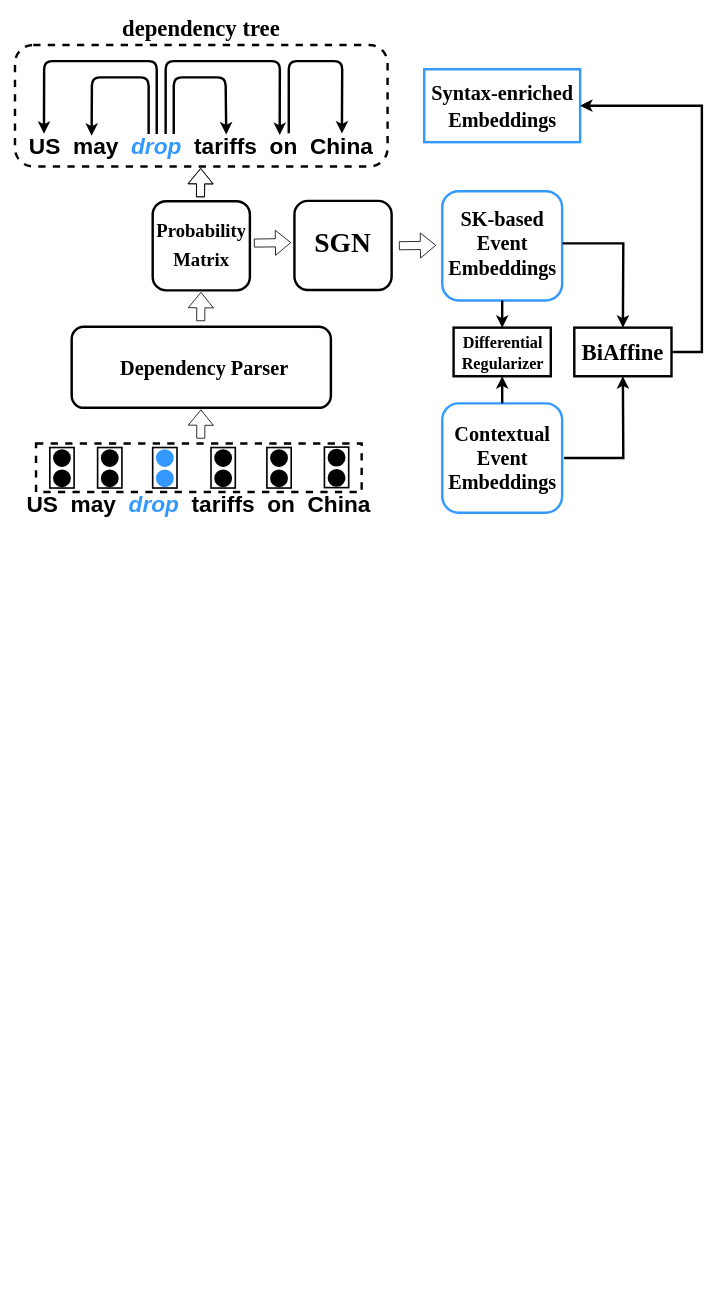
Above: Dependency Tree/eksgn_syn.drawio in DavidChengweiLiu/EKSGN (draw.io), before the change. Source tidied: cells renumbered, new cells numbered last; positions are measured from the earlier drawing's top-left corner, leaving out a move shared by most shapes. Both pictures are drawn from the tidied source at 81%, with x=0, y=0 at pixel (15, 15).
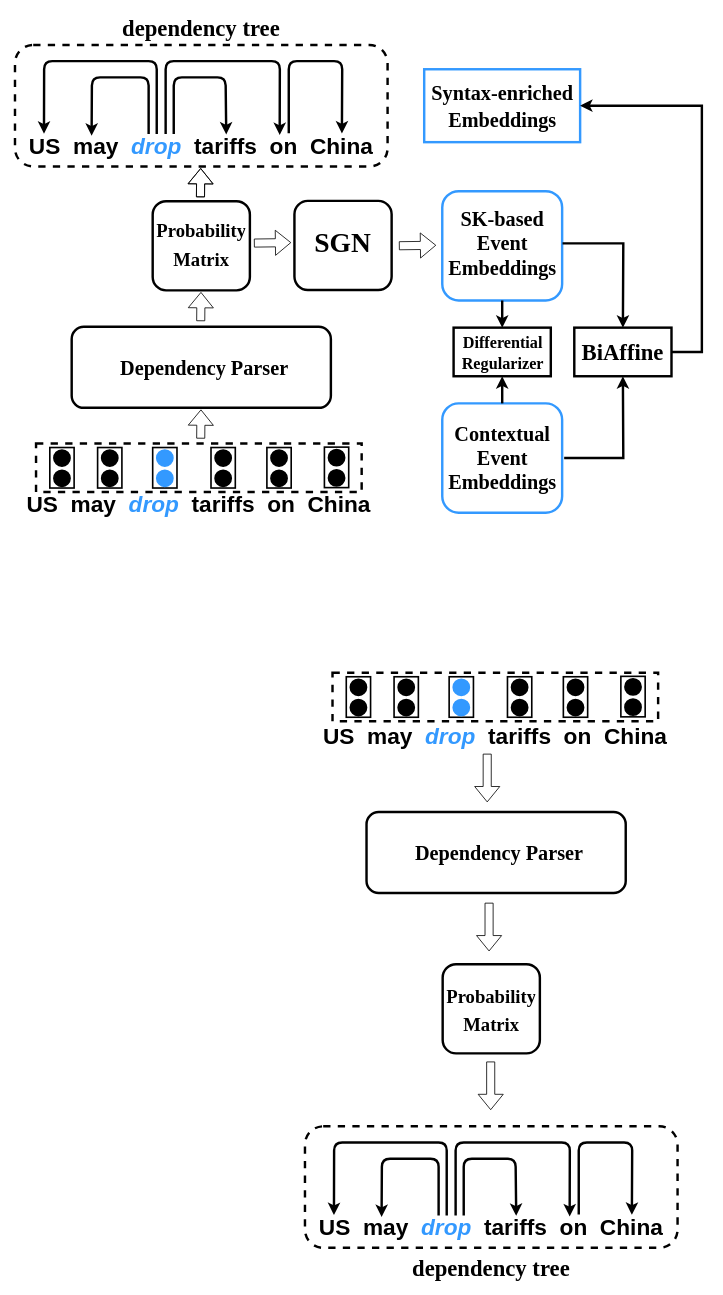
Above is the later version.

Change to the diagram source:
```diff
@@
+    <mxCell id="58" style="rounded=1;whiteSpace=wrap;html=1;dashed=1;strokeWidth=3;" parent="1" vertex="1">
+      <mxGeometry x="358" y="1371" width="460" height="150" as="geometry" />
+    </mxCell>
+    <mxCell id="59" value="&lt;b style=&quot;font-size: 28px;&quot;&gt;US&amp;nbsp; may&amp;nbsp; &lt;i&gt;&lt;font style=&quot;font-size: 28px;&quot; color=&quot;#3399ff&quot;&gt;drop&lt;/font&gt;&lt;/i&gt;&amp;nbsp; tariffs&amp;nbsp; on&amp;nbsp; China&lt;/b&gt;" style="text;html=1;strokeColor=none;fillColor=none;align=center;verticalAlign=middle;whiteSpace=wrap;rounded=0;fontSize=29;" parent="1" vertex="1">
+      <mxGeometry x="368" y="1481" width="440" height="30" as="geometry" />
+    </mxCell>
+    <mxCell id="60" style="endArrow=classic;html=1;rounded=1;fontSize=29;entryX=0.07;entryY=-0.013;entryDx=0;entryDy=0;entryPerimeter=0;strokeWidth=3;" parent="1" edge="1">
+      <mxGeometry relative="1" as="geometry">
+        <mxPoint x="533" y="1481" as="sourcePoint" />
+        <mxPoint x="393.8" y="1480.6" as="targetPoint" />
+        <Array as="points">
+          <mxPoint x="533" y="1391" />
+          <mxPoint x="394" y="1391" />
+        </Array>
+      </mxGeometry>
+    </mxCell>
+    <mxCell id="61" style="endArrow=classic;html=1;rounded=1;fontSize=29;entryX=0.199;entryY=0.067;entryDx=0;entryDy=0;entryPerimeter=0;strokeWidth=3;" parent="1" edge="1">
+      <mxGeometry relative="1" as="geometry">
+        <mxPoint x="523" y="1481" as="sourcePoint" />
+        <mxPoint x="452.6" y="1483" as="targetPoint" />
+        <Array as="points">
+          <mxPoint x="523" y="1411" />
+          <mxPoint x="453" y="1411" />
+        </Array>
+      </mxGeometry>
+    </mxCell>
+    <mxCell id="62" style="endArrow=classic;html=1;rounded=1;fontSize=29;entryX=0.72;entryY=0.04;entryDx=0;entryDy=0;entryPerimeter=0;strokeWidth=3;" parent="1" edge="1" target="59">
+      <mxGeometry relative="1" as="geometry">
+        <mxPoint x="544" y="1481" as="sourcePoint" />
+        <Array as="points">
+          <mxPoint x="544" y="1391" />
+          <mxPoint x="685" y="1391" />
+        </Array>
+      </mxGeometry>
+    </mxCell>
+    <mxCell id="63" style="endArrow=classic;html=1;rounded=1;fontSize=29;entryX=0.579;entryY=0.016;entryDx=0;entryDy=0;entryPerimeter=0;strokeWidth=3;" parent="1" edge="1">
+      <mxGeometry relative="1" as="geometry">
+        <mxPoint x="554" y="1481" as="sourcePoint" />
+        <mxPoint x="618.8" y="1481.5" as="targetPoint" />
+        <Array as="points">
+          <mxPoint x="554" y="1411" />
+          <mxPoint x="618" y="1411" />
+        </Array>
+      </mxGeometry>
+    </mxCell>
+    <mxCell id="64" style="endArrow=classic;html=1;rounded=1;fontSize=29;entryX=0.89;entryY=-0.022;entryDx=0;entryDy=0;entryPerimeter=0;strokeWidth=3;" parent="1" edge="1">
+      <mxGeometry relative="1" as="geometry">
+        <mxPoint x="696" y="1480" as="sourcePoint" />
+        <mxPoint x="761.6" y="1480.3" as="targetPoint" />
+        <Array as="points">
+          <mxPoint x="696" y="1391" />
+          <mxPoint x="762" y="1391" />
+        </Array>
+      </mxGeometry>
+    </mxCell>
+    <mxCell id="65" value="&lt;span style=&quot;font-size: 28px;&quot;&gt;&lt;b&gt;US&amp;nbsp; may&amp;nbsp; &lt;i&gt;&lt;font style=&quot;font-size: 28px;&quot; color=&quot;#3399ff&quot;&gt;drop&lt;/font&gt;&amp;nbsp; &lt;/i&gt;tariffs&amp;nbsp; on&amp;nbsp; China&lt;/b&gt;&lt;/span&gt;" style="text;html=1;strokeColor=none;fillColor=none;align=center;verticalAlign=middle;whiteSpace=wrap;rounded=0;fontSize=29;" parent="1" vertex="1">
+      <mxGeometry x="373" y="874" width="440" height="30" as="geometry" />
+    </mxCell>
+    <mxCell id="66" style="rounded=0;whiteSpace=wrap;html=1;dashed=1;strokeWidth=3;" parent="1" vertex="1">
+      <mxGeometry x="392" y="811" width="402" height="60" as="geometry" />
+    </mxCell>
+    <mxCell id="67" style="rounded=0;whiteSpace=wrap;html=1;strokeWidth=2;rotation=90;" parent="1" vertex="1">
+      <mxGeometry x="399" y="826" width="50" height="30" as="geometry" />
+    </mxCell>
+    <mxCell id="68" style="ellipse;whiteSpace=wrap;html=1;strokeWidth=2;fillColor=#000000;" parent="1" vertex="1">
+      <mxGeometry x="414" y="819" width="20" height="20" as="geometry" />
+    </mxCell>
+    <mxCell id="69" style="ellipse;whiteSpace=wrap;html=1;strokeWidth=2;fillColor=#000000;" parent="1" vertex="1">
+      <mxGeometry x="414" y="844" width="20" height="20" as="geometry" />
+    </mxCell>
+    <mxCell id="70" style="rounded=0;whiteSpace=wrap;html=1;strokeWidth=2;rotation=90;" parent="1" vertex="1">
+      <mxGeometry x="458" y="826" width="50" height="30" as="geometry" />
+    </mxCell>
+    <mxCell id="71" style="ellipse;whiteSpace=wrap;html=1;strokeWidth=2;fillColor=#000000;" parent="1" vertex="1">
+      <mxGeometry x="473" y="819" width="20" height="20" as="geometry" />
+    </mxCell>
+    <mxCell id="72" style="ellipse;whiteSpace=wrap;html=1;strokeWidth=2;fillColor=#000000;" parent="1" vertex="1">
+      <mxGeometry x="473" y="844" width="20" height="20" as="geometry" />
+    </mxCell>
+    <mxCell id="73" style="rounded=0;whiteSpace=wrap;html=1;strokeWidth=2;rotation=90;" parent="1" vertex="1">
+      <mxGeometry x="598" y="826" width="50" height="30" as="geometry" />
+    </mxCell>
+    <mxCell id="74" style="ellipse;whiteSpace=wrap;html=1;strokeWidth=2;fillColor=#000000;" parent="1" vertex="1">
+      <mxGeometry x="613" y="819" width="20" height="20" as="geometry" />
+    </mxCell>
+    <mxCell id="75" style="ellipse;whiteSpace=wrap;html=1;strokeWidth=2;fillColor=#000000;" parent="1" vertex="1">
+      <mxGeometry x="613" y="844" width="20" height="20" as="geometry" />
+    </mxCell>
+    <mxCell id="76" style="rounded=0;whiteSpace=wrap;html=1;strokeWidth=2;rotation=90;" parent="1" vertex="1">
+      <mxGeometry x="738" y="825.5" width="50" height="30" as="geometry" />
+    </mxCell>
+    <mxCell id="77" style="ellipse;whiteSpace=wrap;html=1;strokeWidth=2;fillColor=#000000;" parent="1" vertex="1">
+      <mxGeometry x="753" y="818.5" width="20" height="20" as="geometry" />
+    </mxCell>
+    <mxCell id="78" style="ellipse;whiteSpace=wrap;html=1;strokeWidth=2;fillColor=#000000;" parent="1" vertex="1">
+      <mxGeometry x="753" y="843.5" width="20" height="20" as="geometry" />
+    </mxCell>
+    <mxCell id="79" style="rounded=0;whiteSpace=wrap;html=1;strokeWidth=2;rotation=90;" parent="1" vertex="1">
+      <mxGeometry x="667" y="826" width="50" height="30" as="geometry" />
+    </mxCell>
+    <mxCell id="80" style="ellipse;whiteSpace=wrap;html=1;strokeWidth=2;fillColor=#000000;" parent="1" vertex="1">
+      <mxGeometry x="682" y="819" width="20" height="20" as="geometry" />
+    </mxCell>
+    <mxCell id="81" style="ellipse;whiteSpace=wrap;html=1;strokeWidth=2;fillColor=#000000;" parent="1" vertex="1">
+      <mxGeometry x="682" y="844" width="20" height="20" as="geometry" />
+    </mxCell>
+    <mxCell id="82" style="rounded=0;whiteSpace=wrap;html=1;strokeWidth=2;rotation=90;" parent="1" vertex="1">
+      <mxGeometry x="526" y="826" width="50" height="30" as="geometry" />
+    </mxCell>
+    <mxCell id="83" style="ellipse;whiteSpace=wrap;html=1;strokeWidth=2;fillColor=#3399FF;strokeColor=#3399FF;" parent="1" vertex="1">
+      <mxGeometry x="541" y="819" width="20" height="20" as="geometry" />
+    </mxCell>
+    <mxCell id="84" style="ellipse;whiteSpace=wrap;html=1;strokeWidth=2;fillColor=#3399FF;strokeColor=#3399FF;" parent="1" vertex="1">
+      <mxGeometry x="541" y="844" width="20" height="20" as="geometry" />
+    </mxCell>
+    <mxCell id="85" style="shape=flexArrow;endArrow=classic;html=1;rounded=1;fontSize=29;fontColor=#3399FF;" parent="1" edge="1">
+      <mxGeometry relative="1" as="geometry">
+        <mxPoint x="583" y="911" as="sourcePoint" />
+        <mxPoint x="583" y="971" as="targetPoint" />
+      </mxGeometry>
+    </mxCell>
+    <mxCell id="86" value="&lt;div&gt;&lt;b&gt;dependency&amp;nbsp;&lt;span style=&quot;background-color: initial;&quot;&gt;tree&lt;/span&gt;&lt;/b&gt;&lt;/div&gt;" style="text;html=1;strokeColor=none;fillColor=none;align=center;verticalAlign=middle;whiteSpace=wrap;rounded=0;fontSize=28;fontFamily=Times New Roman;" parent="1" vertex="1">
+      <mxGeometry x="488" y="1531" width="200" height="30" as="geometry" />
+    </mxCell>
+    <mxCell id="87" style="edgeStyle=orthogonalEdgeStyle;rounded=0;orthogonalLoop=1;jettySize=auto;html=1;exitX=0.5;exitY=1;exitDx=0;exitDy=0;fontFamily=Times New Roman;fontSize=24;" parent="1" edge="1">
+      <mxGeometry relative="1" as="geometry">
+        <mxPoint x="645.5" y="1235" as="sourcePoint" />
+        <mxPoint x="645.5" y="1235" as="targetPoint" />
+      </mxGeometry>
+    </mxCell>
+    <mxCell id="88" style="group;" parent="1" vertex="1">
+      <mxGeometry x="434" y="983" width="320" height="100" as="geometry" />
+    </mxCell>
+    <mxCell id="89" style="rounded=1;whiteSpace=wrap;html=1;fontSize=28;fontColor=#000000;strokeWidth=3;" parent="88" vertex="1">
+      <mxGeometry width="320" height="100" as="geometry" />
+    </mxCell>
+    <mxCell id="90" value="&lt;font face=&quot;Times New Roman&quot; size=&quot;1&quot; style=&quot;&quot; color=&quot;#000000&quot;&gt;&lt;b style=&quot;font-size: 25px;&quot;&gt;Dependency Parser&lt;/b&gt;&lt;/font&gt;" style="text;strokeColor=none;fillColor=none;align=center;verticalAlign=middle;spacingLeft=4;spacingRight=4;overflow=hidden;whiteSpace=wrap;html=1;fontSize=29;fontColor=#3399FF;" parent="88" vertex="1">
+      <mxGeometry x="50" width="228" height="100" as="geometry" />
+    </mxCell>
+    <mxCell id="91" style="shape=flexArrow;endArrow=classic;html=1;rounded=1;fontSize=29;fontColor=#3399FF;" parent="1" edge="1">
+      <mxGeometry relative="1" as="geometry">
+        <mxPoint x="585.3" y="1095" as="sourcePoint" />
+        <mxPoint x="585.3" y="1155" as="targetPoint" />
+      </mxGeometry>
+    </mxCell>
+    <mxCell id="92" style="group;" parent="1" vertex="1">
+      <mxGeometry x="528" y="1171" width="120" height="110" as="geometry" />
+    </mxCell>
+    <mxCell id="93" style="rounded=1;whiteSpace=wrap;html=1;fontSize=29;fontColor=#3399FF;strokeWidth=3;" parent="92" vertex="1">
+      <mxGeometry width="120" height="110" as="geometry" />
+    </mxCell>
+    <mxCell id="94" value="&lt;font face=&quot;Times New Roman&quot; size=&quot;1&quot; style=&quot;&quot; color=&quot;#000000&quot;&gt;&lt;b style=&quot;font-size: 23px;&quot;&gt;Probability Matrix&lt;/b&gt;&lt;/font&gt;" style="text;strokeColor=none;fillColor=none;align=center;verticalAlign=middle;spacingLeft=4;spacingRight=4;overflow=hidden;whiteSpace=wrap;html=1;fontSize=29;fontColor=#3399FF;strokeWidth=4;" parent="92" vertex="1">
+      <mxGeometry y="9" width="120" height="92" as="geometry" />
+    </mxCell>
+    <mxCell id="95" style="shape=flexArrow;endArrow=classic;html=1;rounded=1;fontSize=29;fontColor=#3399FF;" parent="1" edge="1">
+      <mxGeometry relative="1" as="geometry">
+        <mxPoint x="587.3" y="1291" as="sourcePoint" />
+        <mxPoint x="587.3" y="1351" as="targetPoint" />
+      </mxGeometry>
+    </mxCell>
```
